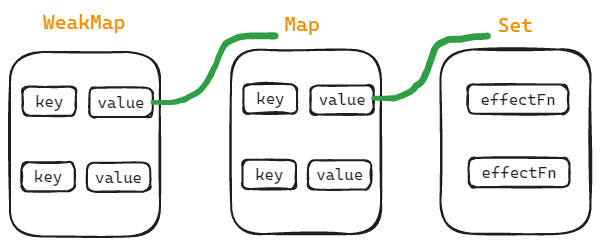
Before: public/1.excalidraw.png, a diagram exported from Excalidraw (w2xi/vue3-slides). Source tidied: one line per element, renumbered; positions are measured from the earlier drawing's top-left corner, leaving out a move shared by most shapes.
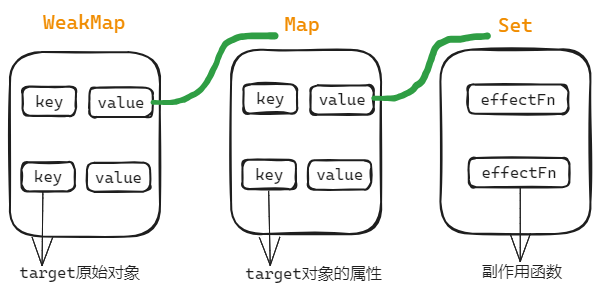
Later version of the same file.

The edit, as a diff of the source:
```diff
@@ -26,3 +26,9 @@
 {"id": 25, "type": "text", "text": "Set", "strokeColor": "#f08c00", "strokeWidth": 1, "roughness": 1, "fontSize": 20, "fontFamily": 3, "x": 488, "y": 3, "width": 35, "height": 24}
 {"id": 26, "type": "freedraw", "strokeColor": "#2f9e44", "strokeWidth": 1, "roughness": 1, "x": 143, "y": 92, "width": 122, "height": 67, "points": [[0, 0], [8, 0], [17, 0], [24, -1], [31, -3], [38, -7], [44, -10], [51, -16], [56, -23], [58, -28], [62, -37], [65, -45], [69, -51], [72, -57], [75, -60], [80, -62], [83, -64], [90, -66], [97, -66], [102, -66], [108, -66], [111, -66], [116, -66], [119, -66], [122, -66]]}
 {"id": 27, "type": "freedraw", "strokeColor": "#2f9e44", "strokeWidth": 1, "roughness": 1, "x": 364, "y": 88, "width": 114, "height": 62, "points": [[0, 0], [9, 0], [14, 0], [18, 0], [23, -1], [31, -3], [35, -6], [40, -9], [42, -13], [47, -16], [49, -19], [51, -23], [53, -27], [54, -31], [56, -37], [58, -44], [60, -47], [62, -51], [65, -54], [69, -56], [74, -58], [78, -59], [84, -59], [90, -60], [95, -60], [101, -62], [107, -62], [111, -62], [114, -62]]}
+{"id": 28, "type": "text", "text": "target原始对象", "strokeColor": "#1e1e1e", "strokeWidth": 2, "roughness": 1, "fontSize": 16, "fontFamily": 3, "x": 10, "y": 253, "width": 120, "height": 19}
+{"id": 29, "type": "arrow", "strokeColor": "#1e1e1e", "strokeWidth": 1, "roughness": 0, "endArrowhead": "arrow", "from": 7, "to": 0, "x": 33, "y": 182, "width": 1, "height": 73, "points": [[0, 0], [-1, 73]]}
+{"id": 30, "type": "text", "text": "副作用函数", "strokeColor": "#1e1e1e", "strokeWidth": 1, "roughness": 0, "fontSize": 16, "fontFamily": 3, "x": 472, "y": 252, "width": 80, "height": 19}
+{"id": 31, "type": "arrow", "strokeColor": "#1e1e1e", "strokeWidth": 1, "roughness": 0, "endArrowhead": "arrow", "to": 30, "x": 510, "y": 176, "width": 0, "height": 75, "points": [[0, 0], [0, 75]]}
+{"id": 32, "type": "text", "text": "target对象的属性", "strokeColor": "#1e1e1e", "strokeWidth": 2, "roughness": 1, "fontSize": 16, "fontFamily": 3, "x": 236, "y": 254, "width": 136, "height": 19}
+{"id": 33, "type": "arrow", "strokeColor": "#1e1e1e", "strokeWidth": 1, "roughness": 0, "endArrowhead": "arrow", "round": true, "from": 9, "to": 1, "x": 259, "y": 181, "width": 2, "height": 75, "points": [[0, 0], [2, 75]]}
```
